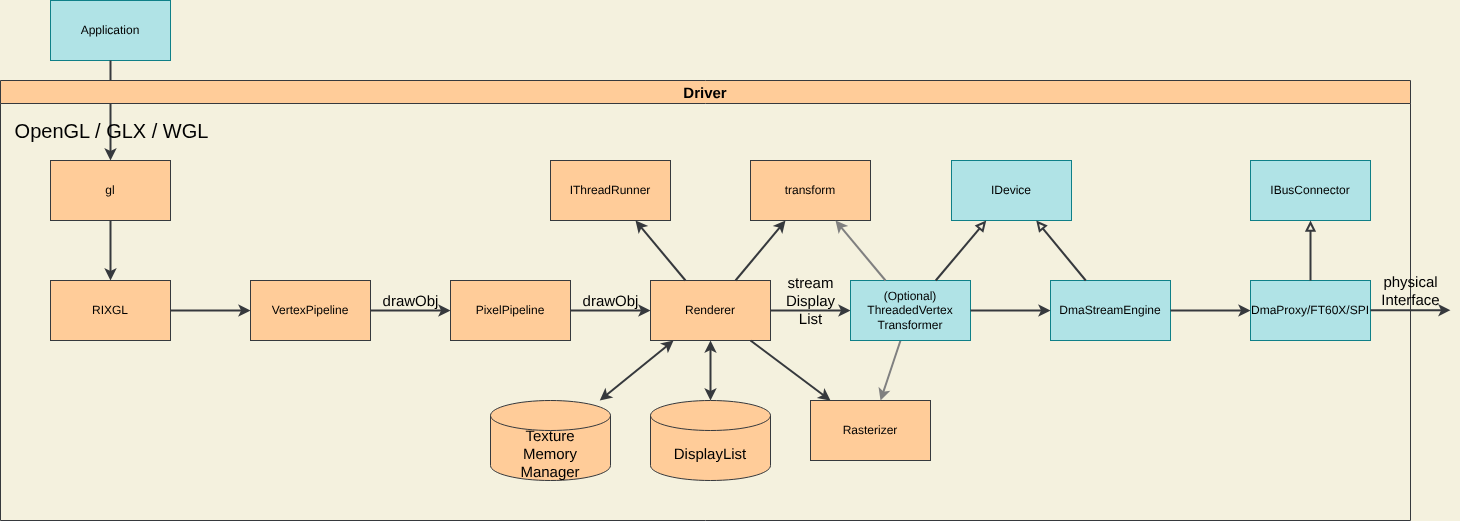
Earlier version of the draw.io export pictures/softwareFlow.drawio.png (ToNi3141/RasterIX). Source tidied: cells renumbered, new cells last; positions are measured from the earlier drawing's top-left corner, leaving out a move shared by most shapes.
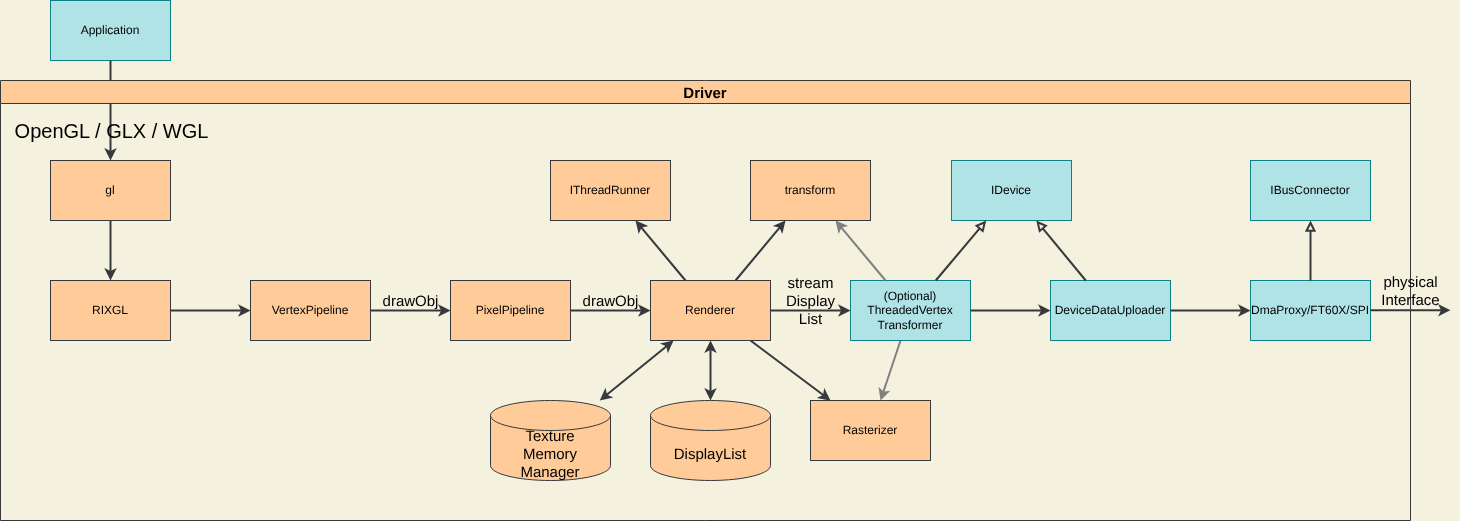
Later version of the same file.

Diff of the diagram source:
```diff
@@ -69,7 +69,7 @@
     <mxCell id="20" value="&lt;div&gt;(Optional)&lt;/div&gt;ThreadedVertex&lt;br&gt;Transformer" style="rounded=0;whiteSpace=wrap;html=1;fillColor=#b0e3e6;strokeColor=#0e8088;glass=0;" parent="5" vertex="1">
       <mxGeometry x="850" y="200" width="120" height="60" as="geometry" />
     </mxCell>
-    <mxCell id="21" value="DmaStreamEngine" style="rounded=0;whiteSpace=wrap;html=1;fillColor=#b0e3e6;strokeColor=#0e8088;" parent="5" vertex="1">
+    <mxCell id="21" value="DeviceDataUploader" style="rounded=0;whiteSpace=wrap;html=1;fillColor=#b0e3e6;strokeColor=#0e8088;" parent="5" vertex="1">
       <mxGeometry x="1050" y="200" width="120" height="60" as="geometry" />
     </mxCell>
     <mxCell id="22" value="IBusConnector" style="rounded=0;whiteSpace=wrap;html=1;fillColor=#b0e3e6;strokeColor=#0e8088;fontColor=#000000;" parent="5" vertex="1">
```
